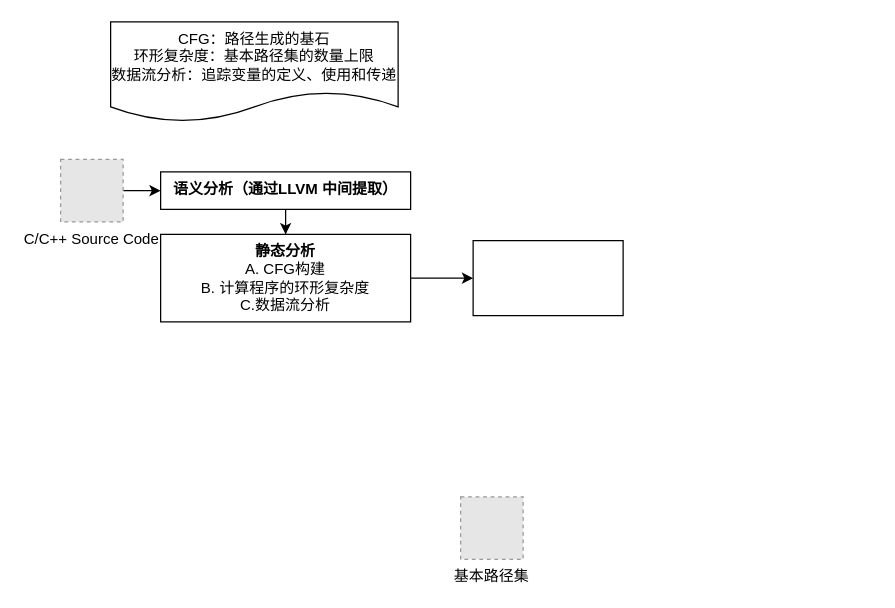
William-Practice/William-Practice keeps this draw.io diagram as 流程图314.drawio. Above is the earlier version. Source tidied: cells renumbered, new cells numbered last; positions are measured from the earlier drawing's top-left corner, leaving out a move shared by most shapes. Both pictures are drawn from the tidied source at 125%, with x=0, y=0 at pixel (60, 21). Pictures stored in the file or linked from it are replaced by grey dashed boxes.
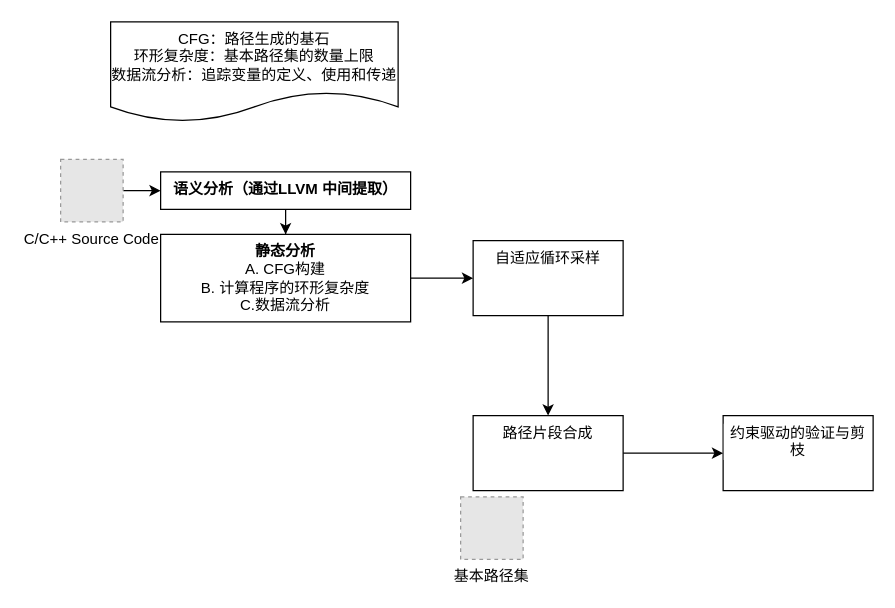
The same page after the edit.

Commit message:
更新流程图314.drawio

Change to the diagram source:
```diff
@@
 <mxGraphModel>
   <root>
     <mxCell id="0" />
     <mxCell id="1" parent="0" />
     <mxCell id="2" style="edgeStyle=orthogonalEdgeStyle;rounded=0;jettySize=auto;html=1;" parent="1" edge="1" source="3" target="5">
       <mxGeometry relative="1" as="geometry" />
     </mxCell>
     <mxCell id="3" value="C/C++ Source Code" style="fillColor=#E6E6E6;strokeColor=#999999;dashed=1;verticalLabelPosition=bottom;labelBackgroundColor=default;verticalAlign=top;" parent="1" vertex="1">
       <mxGeometry y="110" width="50" height="50" as="geometry" />
     </mxCell>
     <mxCell id="4" style="edgeStyle=orthogonalEdgeStyle;rounded=0;jettySize=auto;html=1;" parent="1" edge="1" source="5" target="7">
       <mxGeometry relative="1" as="geometry" />
     </mxCell>
     <mxCell id="5" value="&lt;b&gt;语义分析（通过LLVM&amp;nbsp;中间提取）&lt;/b&gt;" style="whiteSpace=wrap;html=1;verticalAlign=top;labelBackgroundColor=default;" parent="1" vertex="1">
       <mxGeometry x="80" y="120" width="200" height="30" as="geometry" />
     </mxCell>
     <mxCell id="6" style="edgeStyle=orthogonalEdgeStyle;rounded=0;jettySize=auto;html=1;" parent="1" edge="1" source="7" target="10">
       <mxGeometry relative="1" as="geometry" />
     </mxCell>
     <mxCell id="7" value="&lt;b&gt;静态分析&lt;/b&gt;&lt;br&gt;A. CFG构建&lt;br&gt;B.&amp;nbsp;计算程序的环形&lt;span style=&quot;&quot;&gt;复杂度&lt;br&gt;C.数据流分析&lt;/span&gt;" style="whiteSpace=wrap;html=1;verticalAlign=top;labelBackgroundColor=default;" parent="1" vertex="1">
       <mxGeometry x="80" y="170" width="200" height="70" as="geometry" />
     </mxCell>
     <mxCell id="8" value="基本路径集" style="fillColor=#E6E6E6;strokeColor=#999999;dashed=1;verticalLabelPosition=bottom;labelBackgroundColor=default;verticalAlign=top;" parent="1" vertex="1">
       <mxGeometry x="320" y="380" width="50" height="50" as="geometry" />
     </mxCell>
     <mxCell id="9" value="CFG：路径生成的基石&lt;div&gt;环形复杂度：基本路径集的数量上限&lt;br&gt;数据流分析：追踪变量的定义、使用和传递&lt;/div&gt;" style="shape=document;whiteSpace=wrap;html=1;boundedLbl=1;" parent="1" vertex="1">
       <mxGeometry x="40" width="230" height="80" as="geometry" />
     </mxCell>
+    <mxCell id="11" style="edgeStyle=orthogonalEdgeStyle;rounded=0;jettySize=auto;html=1;" parent="1" edge="1" source="10" target="13">
+      <mxGeometry relative="1" as="geometry" />
+    </mxCell>
-    <mxCell id="10" style="whiteSpace=wrap;html=1;verticalAlign=top;labelBackgroundColor=default;" parent="1" vertex="1">
+    <mxCell id="10" value="自适应循环采样&lt;div&gt;&lt;br&gt;&lt;/div&gt;" style="whiteSpace=wrap;html=1;verticalAlign=top;labelBackgroundColor=default;" parent="1" vertex="1">
       <mxGeometry x="330" y="175" width="120" height="60" as="geometry" />
     </mxCell>
+    <mxCell id="12" style="edgeStyle=orthogonalEdgeStyle;rounded=0;jettySize=auto;html=1;" parent="1" edge="1" source="13" target="14">
+      <mxGeometry relative="1" as="geometry" />
+    </mxCell>
+    <mxCell id="13" value="路径片段合成" style="whiteSpace=wrap;html=1;verticalAlign=top;labelBackgroundColor=default;" parent="1" vertex="1">
+      <mxGeometry x="330" y="315" width="120" height="60" as="geometry" />
+    </mxCell>
+    <mxCell id="14" value="约束驱动的验证与剪枝" style="whiteSpace=wrap;html=1;verticalAlign=top;labelBackgroundColor=default;" parent="1" vertex="1">
+      <mxGeometry x="530" y="315" width="120" height="60" as="geometry" />
+    </mxCell>
   </root>
 </mxGraphModel>
```
